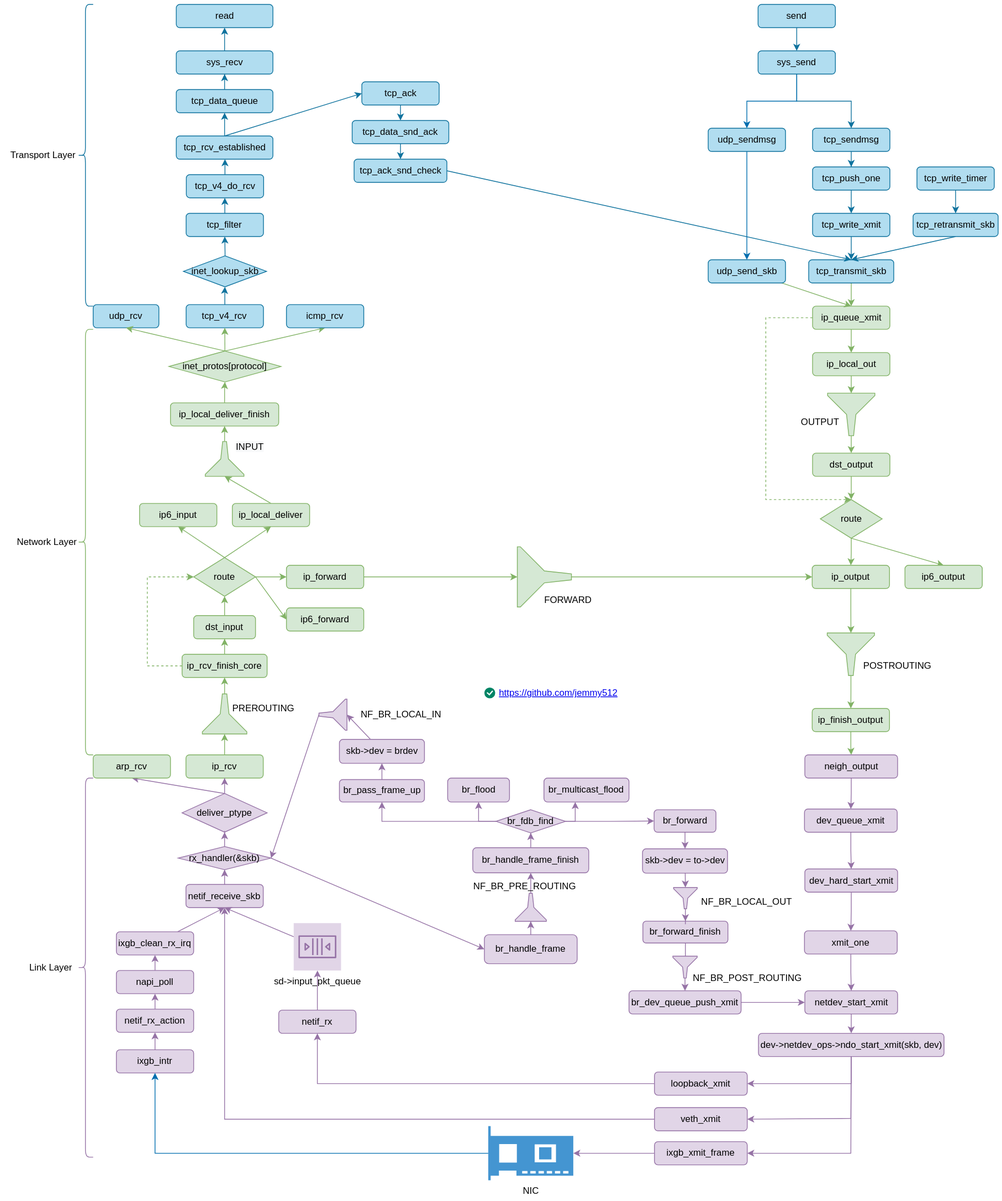
Before: images/kernel/net-read-write-route-bridge.svg, a diagram exported from draw.io (jemmy512/book-notes). Source tidied: cells renumbered, new cells last; positions are measured from the earlier drawing's top-left corner, leaving out a move shared by most shapes.
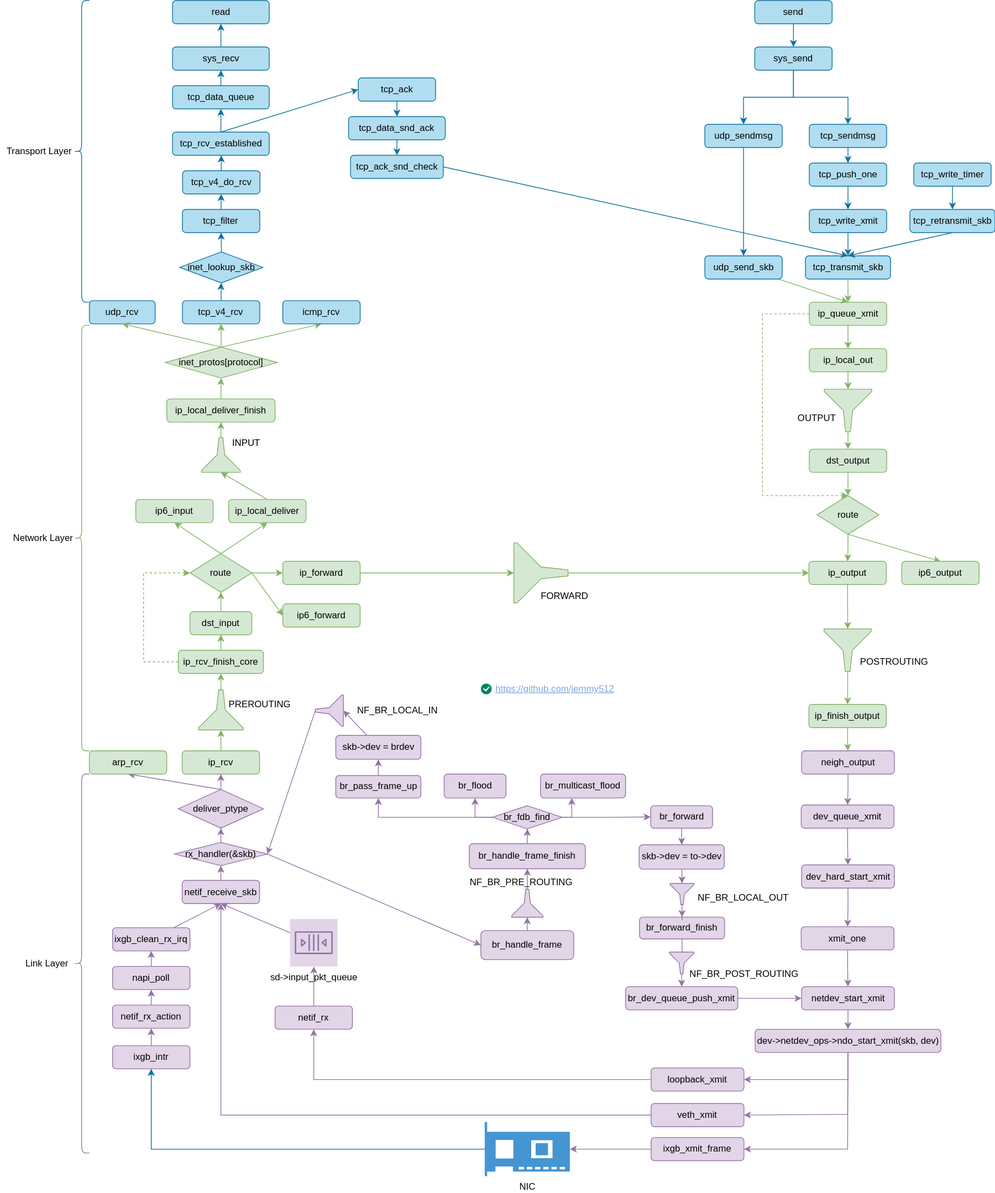
After the commit.

What changed in the source:
```diff
@@ -597,7 +597,7 @@
     <mxCell id="185" style="html=1;shadow=0;dashed=0;shape=mxgraph.atlassian.checkbox;fillColor=#008465;strokeColor=none;html=1;sketch=0;" parent="1" vertex="1">
       <mxGeometry x="621" y="883" width="14" height="14" as="geometry" />
     </mxCell>
-    <mxCell id="186" value="https://github.com/jemmy512" style="text;html=1;strokeColor=none;fillColor=none;whiteSpace=wrap;align=center;verticalAlign=middle;fontColor=#0000EE;fontStyle=4;" parent="1" vertex="1">
+    <mxCell id="186" value="https://github.com/jemmy512" style="text;html=1;strokeColor=none;fillColor=none;whiteSpace=wrap;align=center;verticalAlign=middle;fontColor=#7EA6E0;fontStyle=4;" parent="1" vertex="1">
       <mxGeometry x="687.1" y="870" width="60" height="40" as="geometry" />
     </mxCell>
   </root>
```
